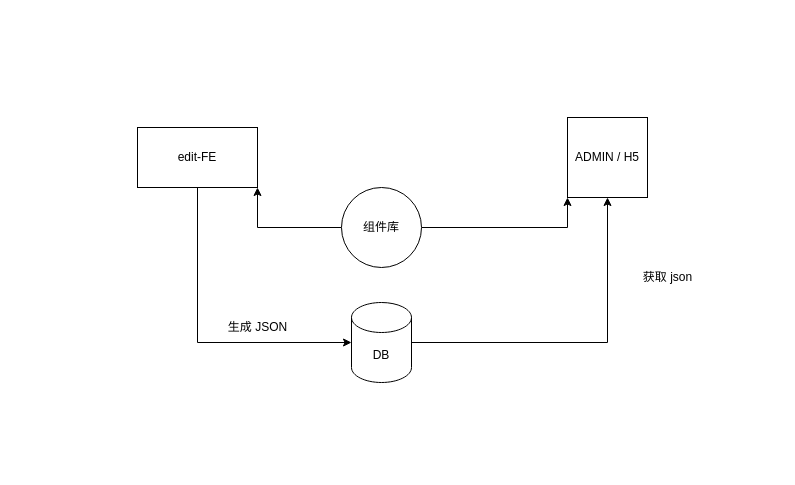
The draw.io diagram Untitled Diagram.drawio in China-li-bai/draw, before the edit. Source tidied: cells renumbered, new cells numbered last; positions are measured from the earlier drawing's top-left corner, leaving out a move shared by most shapes. Both pictures are drawn from the tidied source at 100%, with x=0, y=0 at pixel (137, 117).
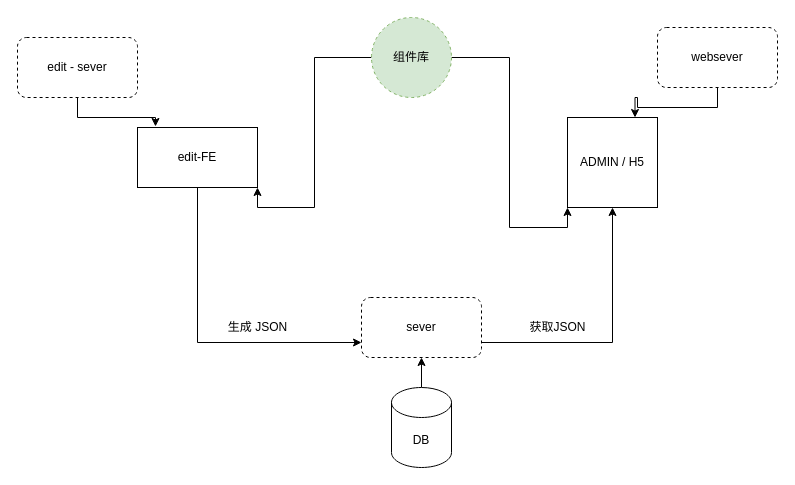
The same diagram, later.

Change to the diagram source:
```diff
@@
 <mxGraphModel>
   <root>
     <mxCell id="0" />
     <mxCell id="1" parent="0" />
-    <mxCell id="2" style="edgeStyle=orthogonalEdgeStyle;rounded=0;jettySize=auto;html=1;entryX=0.5;entryY=1;entryDx=0;entryDy=0;" parent="1" edge="1" source="3" target="6">
-      <mxGeometry relative="1" as="geometry" />
-    </mxCell>
+    <mxCell id="12" style="edgeStyle=orthogonalEdgeStyle;rounded=0;jettySize=auto;html=1;" parent="1" edge="1" source="3" target="15">
+      <mxGeometry relative="1" as="geometry" />
+    </mxCell>
     <mxCell id="3" value="DB" style="shape=cylinder3;whiteSpace=wrap;html=1;boundedLbl=1;backgroundOutline=1;size=15;" parent="1" vertex="1">
-      <mxGeometry x="214" y="185" width="60" height="80" as="geometry" />
+      <mxGeometry x="254" y="270" width="60" height="80" as="geometry" />
     </mxCell>
-    <mxCell id="4" style="edgeStyle=orthogonalEdgeStyle;rounded=0;jettySize=auto;html=1;exitX=0.5;exitY=1;exitDx=0;exitDy=0;entryX=0;entryY=0.5;entryDx=0;entryDy=0;entryPerimeter=0;" parent="1" edge="1" source="5" target="3">
-      <mxGeometry relative="1" as="geometry" />
-    </mxCell>
+    <mxCell id="13" style="edgeStyle=orthogonalEdgeStyle;rounded=0;jettySize=auto;html=1;exitX=0.5;exitY=1;exitDx=0;exitDy=0;entryX=0;entryY=0.75;entryDx=0;entryDy=0;" parent="1" edge="1" source="5" target="15">
+      <mxGeometry relative="1" as="geometry" />
+    </mxCell>
     <mxCell id="5" value="edit-FE" style="rounded=0;whiteSpace=wrap;html=1;" parent="1" vertex="1">
       <mxGeometry y="10" width="120" height="60" as="geometry" />
     </mxCell>
     <mxCell id="6" value="ADMIN / H5" style="whiteSpace=wrap;html=1;" parent="1" vertex="1">
-      <mxGeometry x="430" width="80" height="80" as="geometry" />
+      <mxGeometry x="430" width="90" height="90" as="geometry" />
     </mxCell>
     <mxCell id="7" style="edgeStyle=orthogonalEdgeStyle;rounded=0;jettySize=auto;html=1;entryX=1;entryY=1;entryDx=0;entryDy=0;" parent="1" edge="1" source="9" target="5">
       <mxGeometry relative="1" as="geometry" />
     </mxCell>
     <mxCell id="8" style="edgeStyle=orthogonalEdgeStyle;rounded=0;jettySize=auto;html=1;exitX=1;exitY=0.5;exitDx=0;exitDy=0;entryX=0;entryY=1;entryDx=0;entryDy=0;" parent="1" edge="1" source="9" target="6">
       <mxGeometry relative="1" as="geometry" />
     </mxCell>
-    <mxCell id="9" value="组件库" style="ellipse;whiteSpace=wrap;html=1;" parent="1" vertex="1">
-      <mxGeometry x="204" y="70" width="80" height="80" as="geometry" />
+    <mxCell id="9" value="组件库" style="ellipse;whiteSpace=wrap;html=1;fillColor=#d5e8d4;strokeColor=#82b366;dashed=1;gradientDirection=south;" parent="1" vertex="1">
+      <mxGeometry x="234" y="-100" width="80" height="80" as="geometry" />
     </mxCell>
     <mxCell id="10" value="生成 JSON" style="text;html=1;align=center;verticalAlign=middle;strokeColor=none;fillColor=none;" parent="1" vertex="1">
       <mxGeometry x="85" y="200" width="70" height="20" as="geometry" />
     </mxCell>
-    <mxCell id="11" value="获取 json" style="text;html=1;align=center;verticalAlign=middle;strokeColor=none;fillColor=none;" parent="1" vertex="1">
-      <mxGeometry x="500" y="150" width="60" height="20" as="geometry" />
-    </mxCell>
+    <mxCell id="14" style="edgeStyle=orthogonalEdgeStyle;rounded=0;jettySize=auto;html=1;exitX=1;exitY=0.75;exitDx=0;exitDy=0;entryX=0.5;entryY=1;entryDx=0;entryDy=0;" parent="1" edge="1" source="15" target="6">
+      <mxGeometry relative="1" as="geometry" />
+    </mxCell>
+    <mxCell id="15" value="sever" style="rounded=1;whiteSpace=wrap;html=1;dashed=1;fillColor=default;gradientColor=none;gradientDirection=south;" parent="1" vertex="1">
+      <mxGeometry x="224" y="180" width="120" height="60" as="geometry" />
+    </mxCell>
+    <mxCell id="16" value="获取JSON" style="text;html=1;align=center;verticalAlign=middle;strokeColor=none;fillColor=none;" parent="1" vertex="1">
+      <mxGeometry x="385" y="200" width="70" height="20" as="geometry" />
+    </mxCell>
+    <mxCell id="17" style="edgeStyle=orthogonalEdgeStyle;rounded=0;jettySize=auto;html=1;exitX=0.5;exitY=1;exitDx=0;exitDy=0;entryX=0.15;entryY=-0.017;entryDx=0;entryDy=0;entryPerimeter=0;" parent="1" edge="1" source="18" target="5">
+      <mxGeometry relative="1" as="geometry" />
+    </mxCell>
+    <mxCell id="18" value="edit - sever" style="rounded=1;whiteSpace=wrap;html=1;dashed=1;fillColor=default;gradientColor=none;gradientDirection=south;" parent="1" vertex="1">
+      <mxGeometry x="-120" y="-80" width="120" height="60" as="geometry" />
+    </mxCell>
+    <mxCell id="19" style="edgeStyle=orthogonalEdgeStyle;rounded=0;jettySize=auto;html=1;exitX=0.5;exitY=1;exitDx=0;exitDy=0;entryX=0.75;entryY=0;entryDx=0;entryDy=0;" parent="1" edge="1" source="20" target="6">
+      <mxGeometry relative="1" as="geometry" />
+    </mxCell>
+    <mxCell id="20" value="websever" style="rounded=1;whiteSpace=wrap;html=1;dashed=1;fillColor=default;gradientColor=none;gradientDirection=south;" parent="1" vertex="1">
+      <mxGeometry x="520" y="-90" width="120" height="60" as="geometry" />
+    </mxCell>
   </root>
 </mxGraphModel>
```
